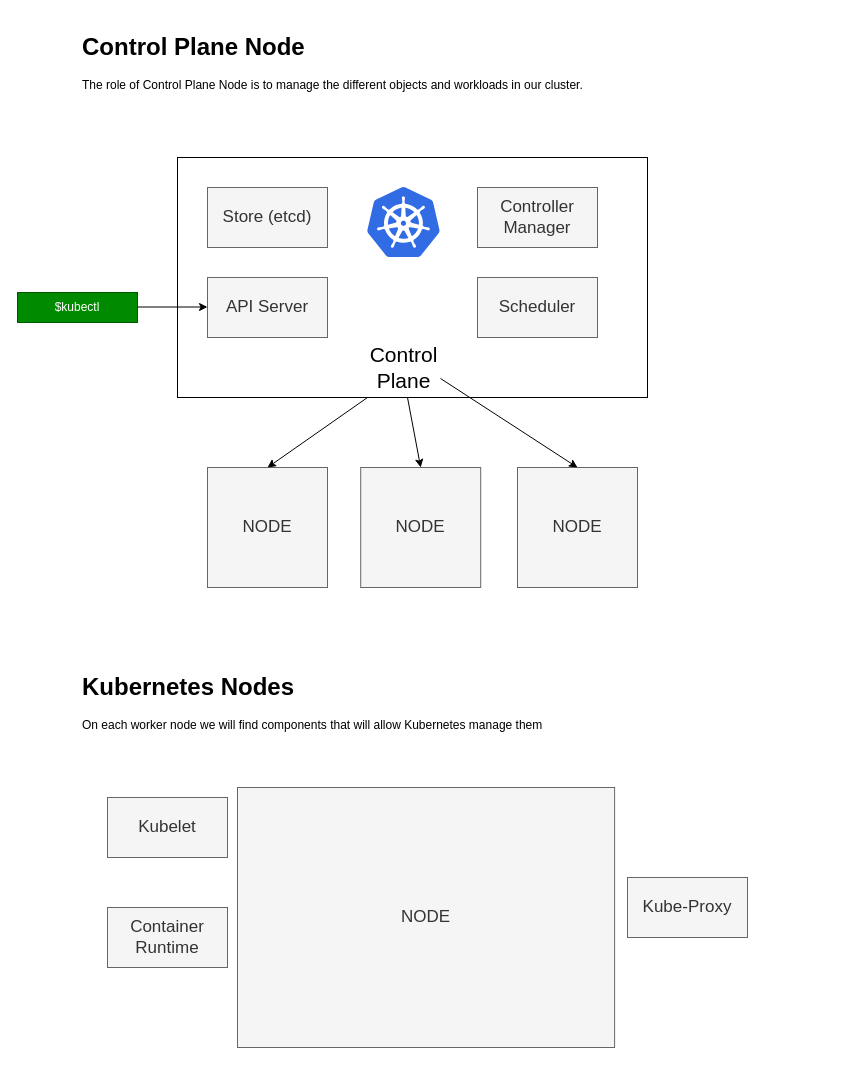
Lemoncode/k8s-fundamentals keeps this draw.io diagram as page "Page-4" (4 of 5) of 01-k8s-basic-features/k8s-basics.drawio. Above is the earlier version. Source tidied: cells renumbered, new cells numbered last; positions are measured from the earlier drawing's top-left corner, leaving out a move shared by most shapes. Both pictures are drawn from the tidied source at 100%, with x=0, y=0 at pixel (17, 27).
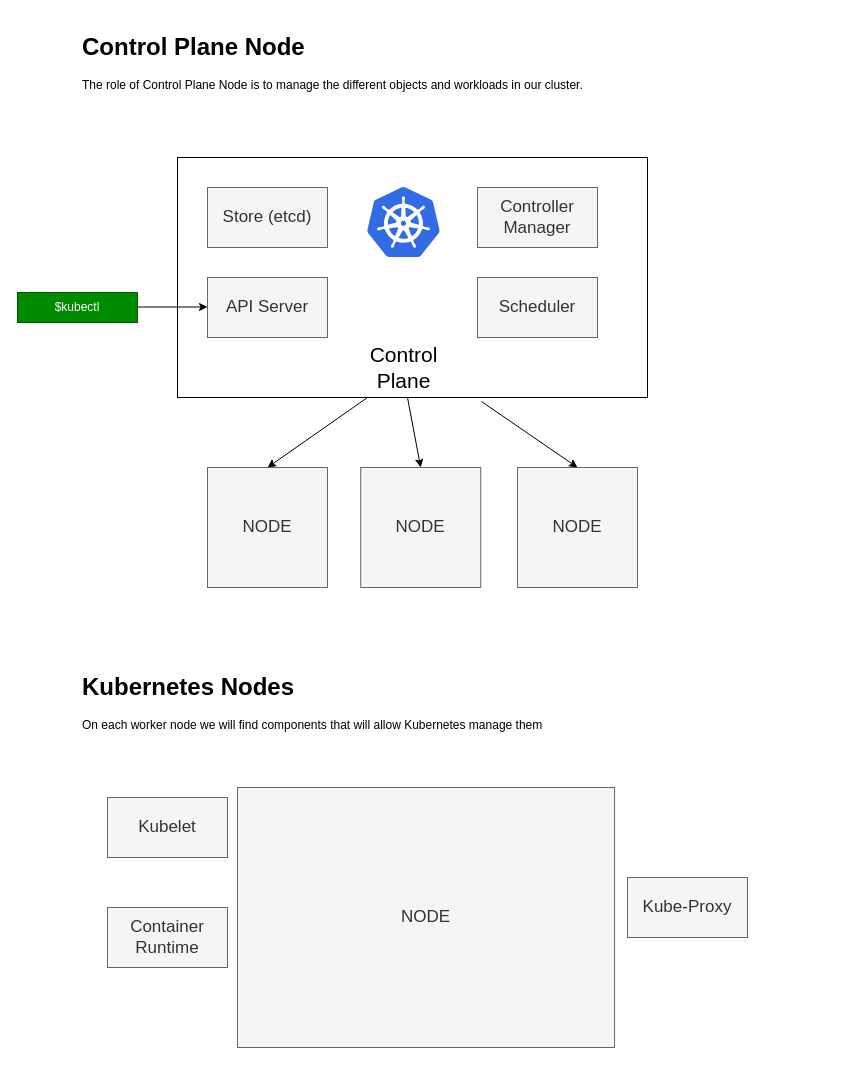
Above is the later version.

The change refers to these unchanged cells:
```xml
<mxCell id="2" style="rounded=0;whiteSpace=wrap;html=1;" parent="1" vertex="1">
  <mxGeometry x="160" y="130" width="470" height="240" as="geometry" />
</mxCell>
<mxCell id="9" value="&lt;font style=&quot;font-size: 21px&quot;&gt;Control Plane&lt;/font&gt;" style="text;html=1;strokeColor=none;fillColor=none;align=center;verticalAlign=middle;whiteSpace=wrap;rounded=0;" parent="1" vertex="1">
  <mxGeometry x="343.2" y="330" width="86.5" height="20" as="geometry" />
</mxCell>
<mxCell id="11" value="&lt;font style=&quot;font-size: 17px&quot;&gt;NODE&lt;/font&gt;" style="rounded=0;whiteSpace=wrap;html=1;fillColor=#f5f5f5;strokeColor=#666666;fontColor=#333333;" parent="1" vertex="1">
  <mxGeometry x="500" y="440" width="120" height="120" as="geometry" />
</mxCell>
```

Diff of the diagram source:
```diff
@@
-    <mxCell id="15" style="endArrow=classic;html=1;exitX=0.923;exitY=1.05;exitDx=0;exitDy=0;exitPerimeter=0;entryX=0.5;entryY=0;entryDx=0;entryDy=0;" parent="1" edge="1" source="9" target="11">
+    <mxCell id="15" style="endArrow=classic;html=1;exitX=0.647;exitY=1.017;exitDx=0;exitDy=0;exitPerimeter=0;entryX=0.5;entryY=0;entryDx=0;entryDy=0;" parent="1" edge="1" source="2" target="11">
       <mxGeometry relative="1" as="geometry" />
     </mxCell>
```
